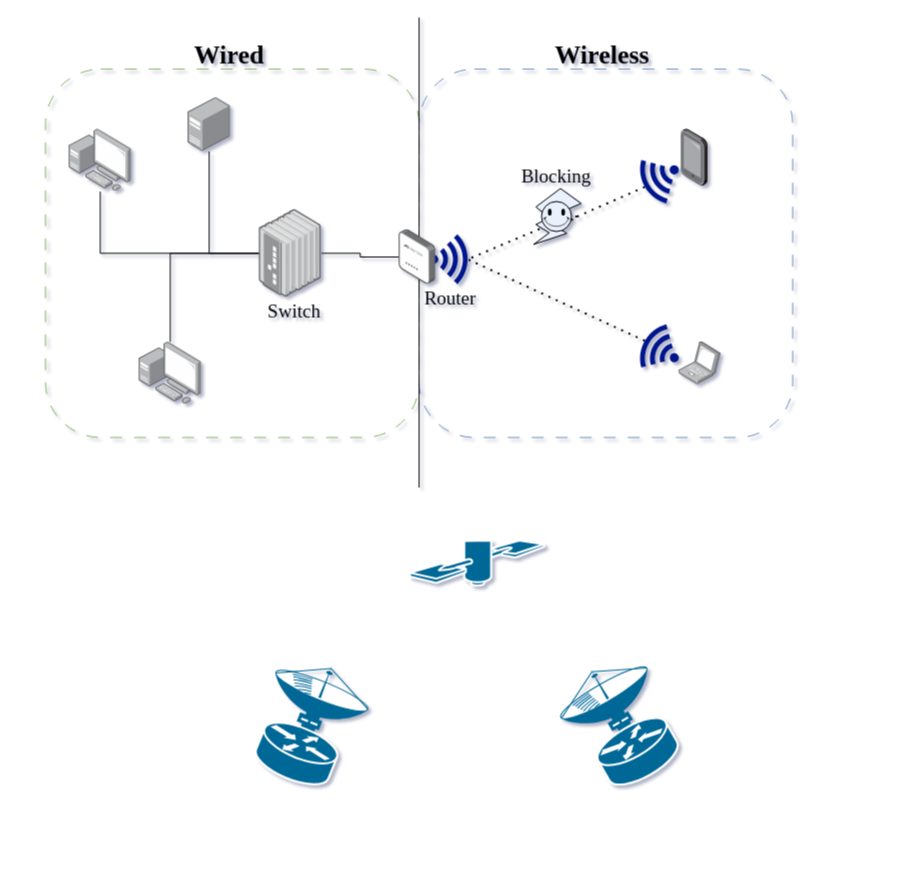
Before: diagrams/drawio/domains.drawio in joexbayer/tcp-pep-for-5g, a draw.io diagram. Source tidied: cells renumbered, new cells numbered last; positions are measured from the earlier drawing's top-left corner, leaving out a move shared by most shapes. Both pictures are drawn from the tidied source at 100%, with x=0, y=0 at pixel (45, 17).
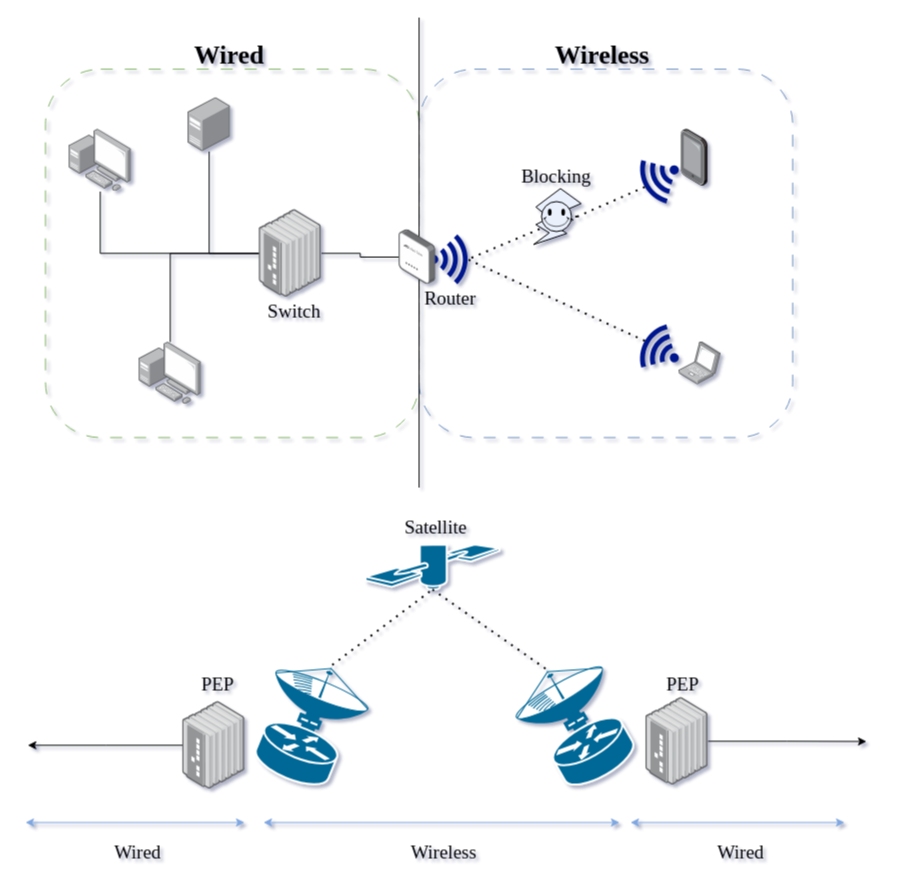
The same page after the edit.

Commit message (it also covers changes not shown here):
Thesis: New figures and text

Unchanged cells that the change refers to:
```xml
<mxCell id="16" style="shape=mxgraph.cisco.wireless.ground_terminal;sketch=0;html=1;dashed=0;fillColor=#036897;strokeColor=#ffffff;strokeWidth=2;verticalLabelPosition=bottom;verticalAlign=top;align=center;outlineConnect=0;rotation=22;" parent="1" vertex="1">
  <mxGeometry x="214.4" y="643" width="99" height="122" as="geometry" />
</mxCell>
```

Diff of the diagram source:
```diff
@@
     <mxCell id="14" style="shape=mxgraph.cisco.wireless.ground_terminal;sketch=0;html=1;dashed=0;fillColor=#036897;strokeColor=#ffffff;strokeWidth=2;verticalLabelPosition=bottom;verticalAlign=top;align=center;outlineConnect=0;rotation=-30;" parent="1" vertex="1">
-      <mxGeometry x="525.4" y="643" width="99" height="122" as="geometry" />
+      <mxGeometry x="481" y="643" width="99" height="122" as="geometry" />
     </mxCell>
     <mxCell id="15" style="shape=mxgraph.cisco.wireless.satellite;sketch=0;html=1;dashed=0;fillColor=#036897;strokeColor=#ffffff;strokeWidth=2;verticalLabelPosition=bottom;verticalAlign=top;align=center;outlineConnect=0;" parent="1" vertex="1">
-      <mxGeometry x="364.4" y="523" width="134" height="45" as="geometry" />
+      <mxGeometry x="320" y="527" width="134" height="45" as="geometry" />
     </mxCell>
@@
+    <mxCell id="33" style="edgeStyle=orthogonalEdgeStyle;rounded=0;jettySize=auto;html=1;" parent="1" edge="1" source="34">
+      <mxGeometry relative="1" as="geometry">
+        <mxPoint x="-17.7" y="727.8" as="targetPoint" />
+      </mxGeometry>
+    </mxCell>
+    <mxCell id="34" style="points=[];html=1;align=center;shadow=0;dashed=0;image;image=img/lib/allied_telesis/switch/Industrial_Ethernet_IE200.svg;" parent="1" vertex="1">
+      <mxGeometry x="137" y="684" width="62.4" height="87.6" as="geometry" />
+    </mxCell>
+    <mxCell id="35" style="edgeStyle=orthogonalEdgeStyle;rounded=0;jettySize=auto;html=1;" parent="1" edge="1" source="36">
+      <mxGeometry relative="1" as="geometry">
+        <mxPoint x="821" y="724" as="targetPoint" />
+      </mxGeometry>
+    </mxCell>
+    <mxCell id="36" style="points=[];html=1;align=center;shadow=0;dashed=0;image;image=img/lib/allied_telesis/switch/Industrial_Ethernet_IE200.svg;" parent="1" vertex="1">
+      <mxGeometry x="600.2" y="680" width="62.4" height="87.6" as="geometry" />
+    </mxCell>
+    <mxCell id="37" style="endArrow=none;dashed=1;html=1;dashPattern=1 3;strokeWidth=2;rounded=0;entryX=0.5;entryY=1;entryDx=0;entryDy=0;entryPerimeter=0;exitX=0.5;exitY=0;exitDx=0;exitDy=0;exitPerimeter=0;" parent="1" edge="1" source="14" target="15">
+      <mxGeometry relative="1" as="geometry" />
+    </mxCell>
+    <mxCell id="38" style="endArrow=none;dashed=1;html=1;dashPattern=1 3;strokeWidth=2;rounded=0;entryX=0.5;entryY=1;entryDx=0;entryDy=0;entryPerimeter=0;exitX=0.5;exitY=0;exitDx=0;exitDy=0;exitPerimeter=0;" parent="1" edge="1" source="16" target="15">
+      <mxGeometry relative="1" as="geometry" />
+    </mxCell>
+    <mxCell id="39" value="&lt;font style=&quot;font-size: 19px;&quot; face=&quot;Times New Roman&quot;&gt;PEP&lt;/font&gt;" style="text;html=1;align=center;verticalAlign=middle;strokeColor=none;fillColor=none;" parent="1" vertex="1">
+      <mxGeometry x="146" y="649" width="51" height="35" as="geometry" />
+    </mxCell>
+    <mxCell id="40" value="&lt;font style=&quot;font-size: 19px;&quot; face=&quot;Times New Roman&quot;&gt;PEP&lt;/font&gt;" style="text;html=1;align=center;verticalAlign=middle;strokeColor=none;fillColor=none;" parent="1" vertex="1">
+      <mxGeometry x="611.6" y="649" width="51" height="35" as="geometry" />
+    </mxCell>
+    <mxCell id="41" value="&lt;font style=&quot;font-size: 19px;&quot; face=&quot;Times New Roman&quot;&gt;Satellite&lt;/font&gt;" style="text;html=1;align=center;verticalAlign=middle;strokeColor=none;fillColor=none;" parent="1" vertex="1">
+      <mxGeometry x="350" y="492" width="80" height="35" as="geometry" />
+    </mxCell>
+    <mxCell id="42" style="endArrow=classic;startArrow=classic;html=1;rounded=0;fontFamily=Times New Roman;fontSize=19;strokeColor=#7EA6E0;" parent="1" edge="1">
+      <mxGeometry relative="1" as="geometry">
+        <mxPoint x="-20" y="805" as="sourcePoint" />
+        <mxPoint x="199" y="805" as="targetPoint" />
+      </mxGeometry>
+    </mxCell>
+    <mxCell id="43" style="endArrow=classic;startArrow=classic;html=1;rounded=0;fontFamily=Times New Roman;fontSize=19;strokeColor=#7EA6E0;" parent="1" edge="1">
+      <mxGeometry relative="1" as="geometry">
+        <mxPoint x="218" y="805" as="sourcePoint" />
+        <mxPoint x="574" y="805" as="targetPoint" />
+      </mxGeometry>
+    </mxCell>
+    <mxCell id="44" style="endArrow=classic;startArrow=classic;html=1;rounded=0;fontFamily=Times New Roman;fontSize=19;strokeColor=#7EA6E0;" parent="1" edge="1">
+      <mxGeometry relative="1" as="geometry">
+        <mxPoint x="585" y="805" as="sourcePoint" />
+        <mxPoint x="799" y="805" as="targetPoint" />
+      </mxGeometry>
+    </mxCell>
+    <mxCell id="45" value="&lt;font style=&quot;font-size: 19px;&quot; face=&quot;Times New Roman&quot;&gt;Wireless&lt;/font&gt;" style="text;html=1;align=center;verticalAlign=middle;strokeColor=none;fillColor=none;" parent="1" vertex="1">
+      <mxGeometry x="356" y="817" width="84" height="35" as="geometry" />
+    </mxCell>
+    <mxCell id="46" value="&lt;font style=&quot;font-size: 19px;&quot; face=&quot;Times New Roman&quot;&gt;Wired&lt;/font&gt;" style="text;html=1;align=center;verticalAlign=middle;strokeColor=none;fillColor=none;" parent="1" vertex="1">
+      <mxGeometry x="662.6" y="817" width="65" height="35" as="geometry" />
+    </mxCell>
+    <mxCell id="47" value="&lt;font style=&quot;font-size: 19px;&quot; face=&quot;Times New Roman&quot;&gt;Wired&lt;/font&gt;" style="text;html=1;align=center;verticalAlign=middle;strokeColor=none;fillColor=none;" parent="1" vertex="1">
+      <mxGeometry x="59" y="817" width="65" height="35" as="geometry" />
+    </mxCell>
```
